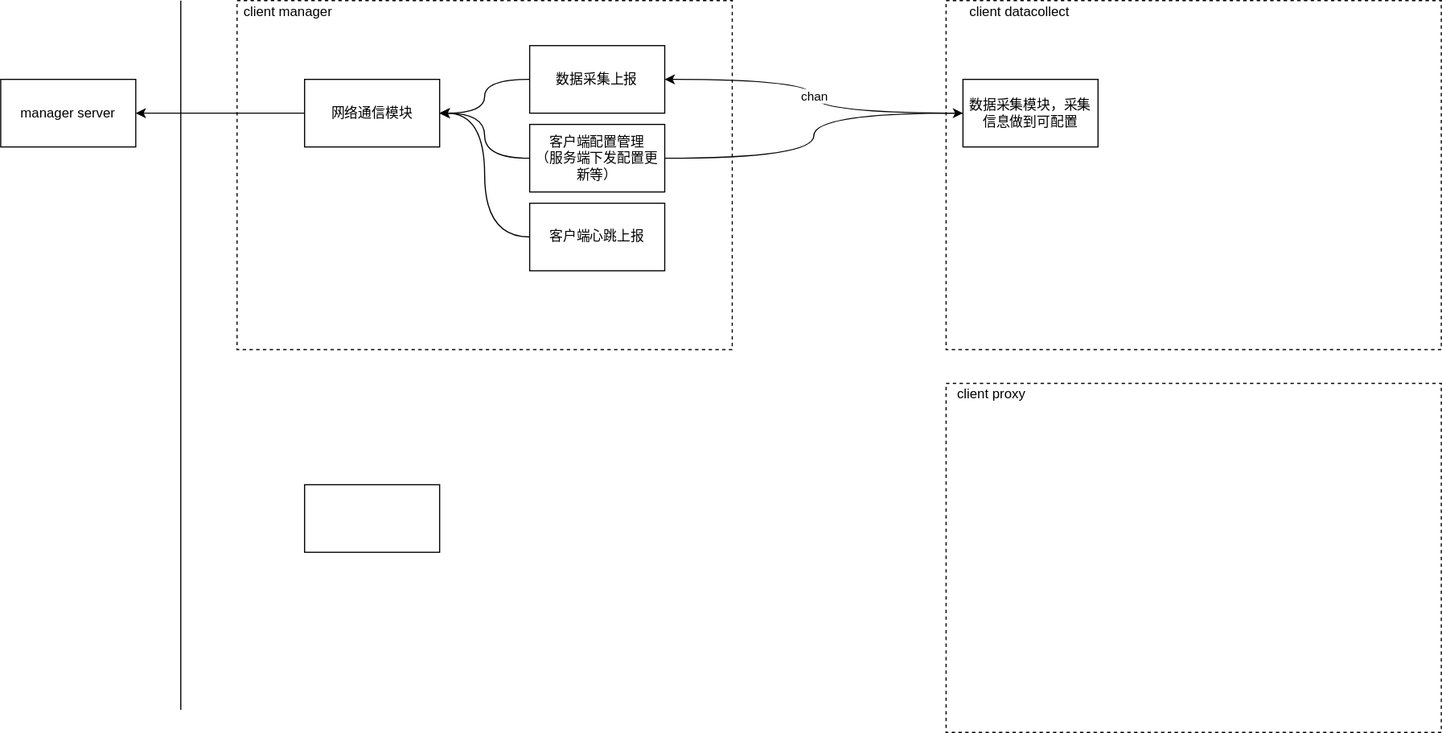
The draw.io diagram tc_客户端模块设计.svg in c17abab/diag_pics, before a commit. Source tidied: cells renumbered, new cells last; positions are measured from the earlier drawing's top-left corner, leaving out a move shared by most shapes.
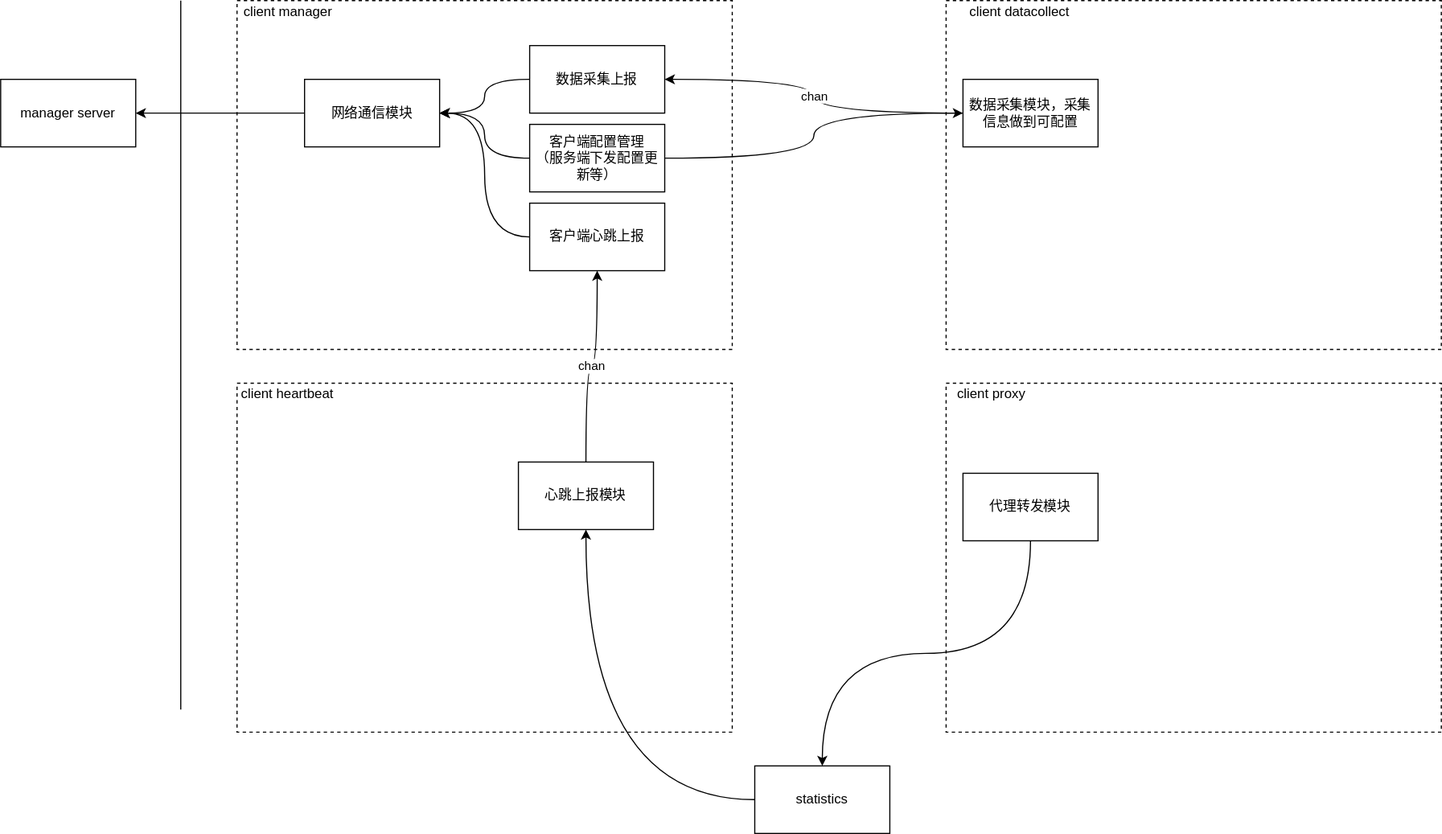
After the commit.

Commit message:
更新tc_客户端模块设计.svg

Diff of the diagram source:
```diff
@@ -2,6 +2,15 @@
   <root>
     <mxCell id="0" />
     <mxCell id="1" parent="0" />
+    <mxCell id="20" style="rounded=0;whiteSpace=wrap;html=1;dashed=1;fillColor=none;" parent="1" vertex="1">
+      <mxGeometry x="840" width="440" height="310" as="geometry" />
+    </mxCell>
+    <mxCell id="21" style="rounded=0;whiteSpace=wrap;html=1;dashed=1;fillColor=none;" parent="1" vertex="1">
+      <mxGeometry x="840" y="340" width="440" height="310" as="geometry" />
+    </mxCell>
+    <mxCell id="22" style="rounded=0;whiteSpace=wrap;html=1;dashed=1;fillColor=none;" parent="1" vertex="1">
+      <mxGeometry x="210" y="340" width="440" height="310" as="geometry" />
+    </mxCell>
     <mxCell id="2" style="rounded=0;whiteSpace=wrap;html=1;dashed=1;fillColor=none;" parent="1" vertex="1">
       <mxGeometry x="210" width="440" height="310" as="geometry" />
     </mxCell>
@@ -28,9 +37,6 @@
     <mxCell id="9" value="客户端配置管理&lt;br&gt;（服务端下发配置更新等）" style="rounded=0;whiteSpace=wrap;html=1;" parent="1" vertex="1">
       <mxGeometry x="470" y="110" width="120" height="60" as="geometry" />
     </mxCell>
-    <mxCell id="10" style="rounded=0;whiteSpace=wrap;html=1;" parent="1" vertex="1">
-      <mxGeometry x="270" y="430" width="120" height="60" as="geometry" />
-    </mxCell>
     <mxCell id="11" value="client datacollect" style="text;html=1;align=center;verticalAlign=middle;fillColor=none;strokeColor=none;rounded=0;" parent="1" vertex="1">
       <mxGeometry x="855" width="100" height="20" as="geometry" />
     </mxCell>
@@ -61,11 +67,26 @@
     <mxCell id="19" value="网络通信模块" style="rounded=0;whiteSpace=wrap;html=1;" parent="1" vertex="1">
       <mxGeometry x="270" y="70" width="120" height="60" as="geometry" />
     </mxCell>
-    <mxCell id="20" style="rounded=0;whiteSpace=wrap;html=1;dashed=1;fillColor=none;" parent="1" vertex="1">
-      <mxGeometry x="840" width="440" height="310" as="geometry" />
-    </mxCell>
-    <mxCell id="21" style="rounded=0;whiteSpace=wrap;html=1;dashed=1;fillColor=none;" parent="1" vertex="1">
-      <mxGeometry x="840" y="340" width="440" height="310" as="geometry" />
-    </mxCell>
+    <mxCell id="23" value="client heartbeat" style="text;html=1;strokeColor=none;fillColor=none;align=center;verticalAlign=middle;whiteSpace=wrap;rounded=0;" parent="1" vertex="1">
+      <mxGeometry x="210" y="340" width="90" height="20" as="geometry" />
+    </mxCell>
+    <mxCell id="24" style="edgeStyle=orthogonalEdgeStyle;curved=1;rounded=0;jettySize=auto;html=1;exitX=0.5;exitY=1;exitDx=0;exitDy=0;" parent="1" edge="1" source="25" target="29">
+      <mxGeometry relative="1" as="geometry" />
+    </mxCell>
+    <mxCell id="25" value="代理转发模块" style="rounded=0;whiteSpace=wrap;html=1;" parent="1" vertex="1">
+      <mxGeometry x="855" y="420" width="120" height="60" as="geometry" />
+    </mxCell>
+    <mxCell id="26" value="chan" style="edgeStyle=orthogonalEdgeStyle;curved=1;rounded=0;jettySize=auto;html=1;" parent="1" edge="1" source="27" target="18">
+      <mxGeometry relative="1" as="geometry" />
+    </mxCell>
+    <mxCell id="27" value="心跳上报模块" style="rounded=0;whiteSpace=wrap;html=1;" parent="1" vertex="1">
+      <mxGeometry x="460" y="410" width="120" height="60" as="geometry" />
+    </mxCell>
+    <mxCell id="28" style="edgeStyle=orthogonalEdgeStyle;curved=1;rounded=0;jettySize=auto;html=1;" parent="1" edge="1" source="29" target="27">
+      <mxGeometry relative="1" as="geometry" />
+    </mxCell>
+    <mxCell id="29" value="statistics" style="rounded=0;whiteSpace=wrap;html=1;" parent="1" vertex="1">
+      <mxGeometry x="670" y="680" width="120" height="60" as="geometry" />
+    </mxCell>
   </root>
 </mxGraphModel>
```
